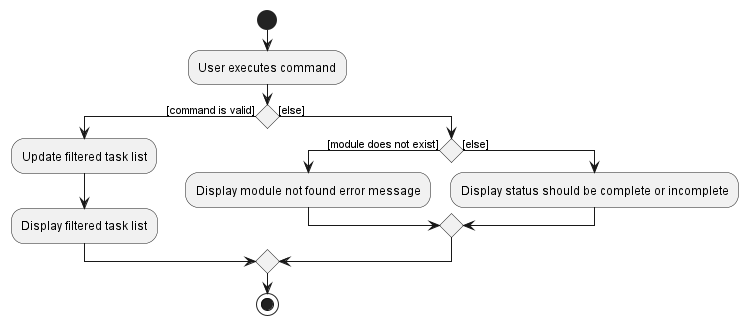
Earlier version of the PlantUML export docs/images/FilterActivityDiagram.png (nus-cs2103-AY2223S1/tp). Its diagram source:
```plantuml
@startuml
start
:User executes command;
if () then ([command is valid])
  :Update filtered task list;
  :Display filtered task list;
else ([else])
  if () then([module does not exist])
    :Display module not found error message;
  else ([else])
    :Display status should be complete or incomplete;
  endif
endif

stop

@enduml
```
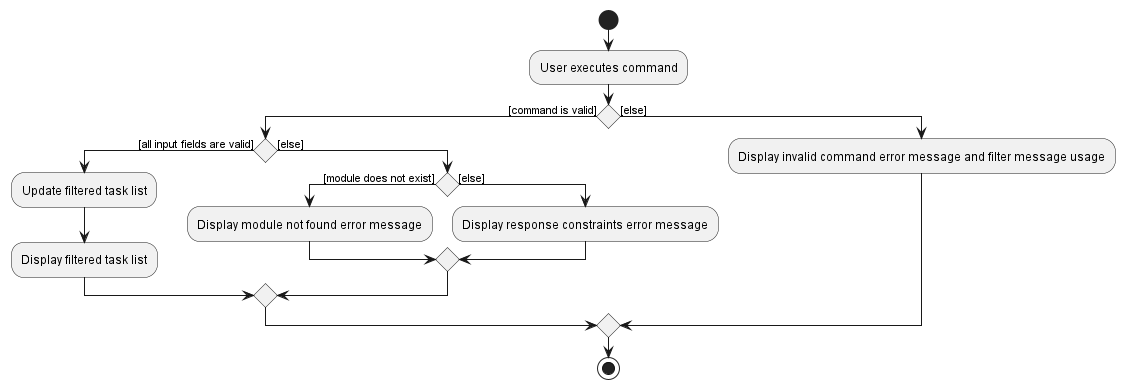
After the commit.

Commit message:
Update Filter implementation details in DG

Diff of the diagram source:
```diff
@@ -2,14 +2,18 @@
 start
 :User executes command;
 if () then ([command is valid])
+  if () then ([all input fields are valid])
   :Update filtered task list;
   :Display filtered task list;
+  else ([else])
+    if () then([module does not exist])
+      :Display module not found error message;
+    else ([else])
+      :Display response constraints error message;
+    endif
+  endif
 else ([else])
-  if () then([module does not exist])
-    :Display module not found error message;
-  else ([else])
-    :Display status should be complete or incomplete;
-  endif
+  :Display invalid command error message and filter message usage;
 endif
 
 stop
```
